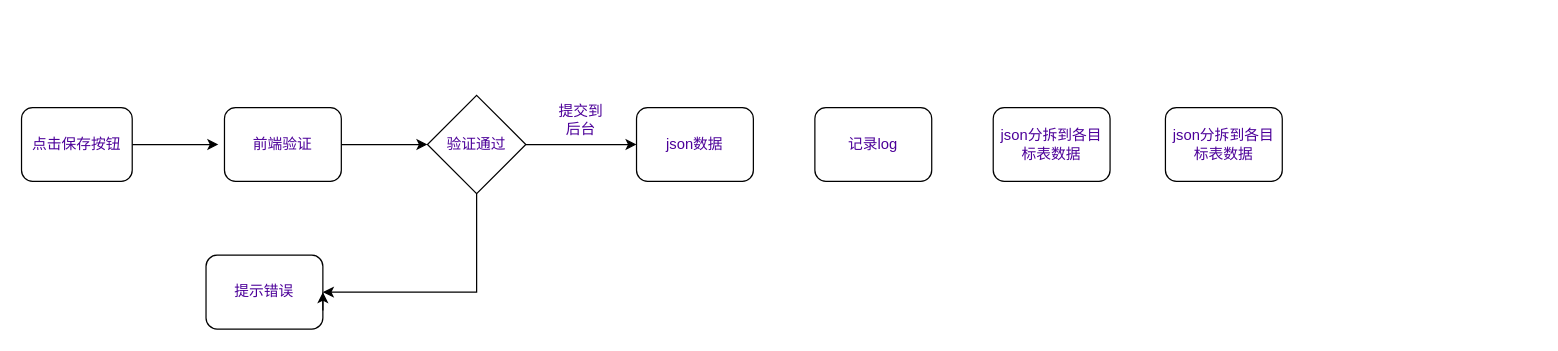
Earlier version of the draw.io diagram page "数据保存" (3 of 4) of 动态开发系统.drawio (JefferNew/data2wisdom). Source tidied: cells renumbered, new cells numbered last; positions are measured from the earlier drawing's top-left corner, leaving out a move shared by most shapes. Both pictures are drawn from the tidied source at 123%, with x=0, y=0 at pixel (21, 95).
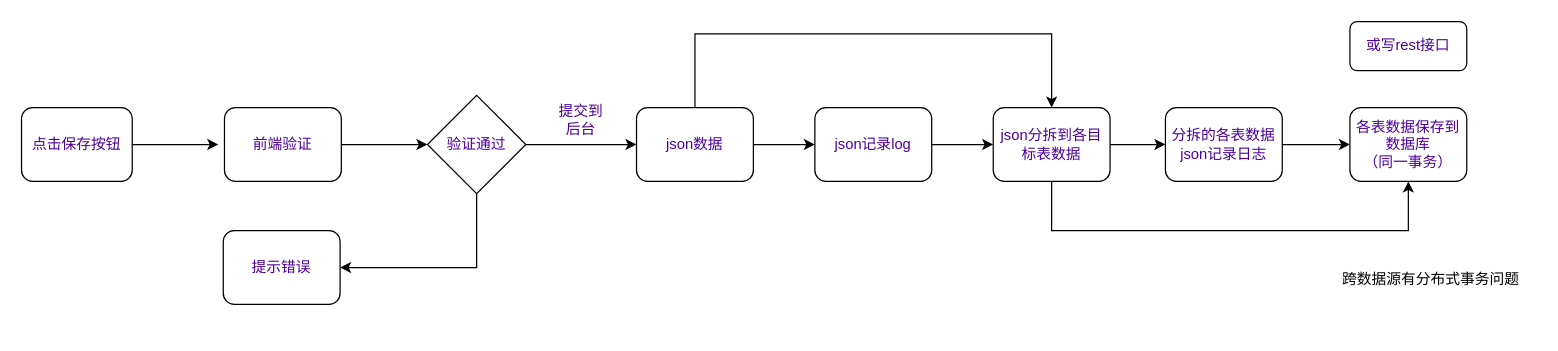
Above is the later version.

The change refers to these unchanged cells:
```xml
<mxCell id="8" value="验证通过" style="rhombus;whiteSpace=wrap;html=1;fontColor=#4C0099;" parent="1" vertex="1">
  <mxGeometry x="330" width="80" height="80" as="geometry" />
</mxCell>
<mxCell id="11" value="json数据" style="rounded=1;whiteSpace=wrap;html=1;fontColor=#4C0099;" parent="1" vertex="1">
  <mxGeometry x="500" y="10" width="95" height="60" as="geometry" />
</mxCell>
<mxCell id="13" value="json分拆到各目标表数据" style="rounded=1;whiteSpace=wrap;html=1;fontColor=#4C0099;" parent="1" vertex="1">
  <mxGeometry x="790" y="10" width="95" height="60" as="geometry" />
</mxCell>
```

The edit, as a diff of the source:
```diff
@@
     <mxCell id="6" style="edgeStyle=orthogonalEdgeStyle;rounded=0;jettySize=auto;html=1;exitX=0.5;exitY=1;exitDx=0;exitDy=0;fontColor=#4C0099;entryX=1;entryY=0.5;entryDx=0;entryDy=0;" parent="1" edge="1" source="8" target="9">
       <mxGeometry relative="1" as="geometry">
         <Array as="points">
-          <mxPoint x="370" y="160" />
+          <mxPoint x="370" y="140" />
         </Array>
       </mxGeometry>
     </mxCell>
@@
     <mxCell id="9" value="提示错误" style="rounded=1;whiteSpace=wrap;html=1;fontColor=#4C0099;" parent="1" vertex="1">
-      <mxGeometry x="150" y="130" width="95" height="60" as="geometry" />
+      <mxGeometry x="164" y="110" width="95" height="60" as="geometry" />
     </mxCell>
-    <mxCell id="10" style="edgeStyle=orthogonalEdgeStyle;rounded=0;orthogonalLoop=1;jettySize=auto;html=1;exitX=1;exitY=0.75;exitDx=0;exitDy=0;entryX=1;entryY=0.5;entryDx=0;entryDy=0;fontColor=#4C0099;" parent="1" edge="1" source="9" target="9">
-      <mxGeometry relative="1" as="geometry" />
-    </mxCell>
+    <mxCell id="16" style="edgeStyle=orthogonalEdgeStyle;rounded=0;jettySize=auto;html=1;exitX=1;exitY=0.5;exitDx=0;exitDy=0;entryX=0;entryY=0.5;entryDx=0;entryDy=0;" parent="1" edge="1" source="11" target="14">
+      <mxGeometry relative="1" as="geometry" />
+    </mxCell>
+    <mxCell id="17" style="edgeStyle=orthogonalEdgeStyle;rounded=0;jettySize=auto;html=1;exitX=0.5;exitY=0;exitDx=0;exitDy=0;entryX=0.5;entryY=0;entryDx=0;entryDy=0;" parent="1" edge="1" source="11" target="13">
+      <mxGeometry relative="1" as="geometry">
+        <Array as="points">
+          <mxPoint x="548" y="-50" />
+          <mxPoint x="838" y="-50" />
+        </Array>
+      </mxGeometry>
+    </mxCell>
@@
+    <mxCell id="18" style="edgeStyle=orthogonalEdgeStyle;rounded=0;jettySize=auto;html=1;exitX=1;exitY=0.5;exitDx=0;exitDy=0;entryX=0;entryY=0.5;entryDx=0;entryDy=0;" parent="1" edge="1" source="13" target="15">
+      <mxGeometry relative="1" as="geometry" />
+    </mxCell>
+    <mxCell id="19" style="edgeStyle=orthogonalEdgeStyle;rounded=0;jettySize=auto;html=1;entryX=0.5;entryY=1;entryDx=0;entryDy=0;" parent="1" edge="1" source="13" target="22">
+      <mxGeometry relative="1" as="geometry">
+        <Array as="points">
+          <mxPoint x="838" y="110" />
+          <mxPoint x="1128" y="110" />
+        </Array>
+      </mxGeometry>
+    </mxCell>
@@
+    <mxCell id="20" style="edgeStyle=orthogonalEdgeStyle;rounded=0;jettySize=auto;html=1;exitX=1;exitY=0.5;exitDx=0;exitDy=0;entryX=0;entryY=0.5;entryDx=0;entryDy=0;" parent="1" edge="1" source="14" target="13">
+      <mxGeometry relative="1" as="geometry" />
+    </mxCell>
-    <mxCell id="14" value="记录log" style="rounded=1;whiteSpace=wrap;html=1;fontColor=#4C0099;" parent="1" vertex="1">
+    <mxCell id="14" value="json记录log" style="rounded=1;whiteSpace=wrap;html=1;fontColor=#4C0099;" parent="1" vertex="1">
       <mxGeometry x="645" y="10" width="95" height="60" as="geometry" />
     </mxCell>
+    <mxCell id="21" style="edgeStyle=orthogonalEdgeStyle;rounded=0;jettySize=auto;html=1;exitX=1;exitY=0.5;exitDx=0;exitDy=0;entryX=0;entryY=0.5;entryDx=0;entryDy=0;" parent="1" edge="1" source="15" target="22">
+      <mxGeometry relative="1" as="geometry" />
+    </mxCell>
-    <mxCell id="15" value="json分拆到各目标表数据" style="rounded=1;whiteSpace=wrap;html=1;fontColor=#4C0099;" parent="1" vertex="1">
+    <mxCell id="15" value="分拆的各表数据json记录日志" style="rounded=1;whiteSpace=wrap;html=1;fontColor=#4C0099;" parent="1" vertex="1">
       <mxGeometry x="930" y="10" width="95" height="60" as="geometry" />
     </mxCell>
+    <mxCell id="22" value="各表数据保存到数据库&lt;br&gt;（同一事务）" style="rounded=1;whiteSpace=wrap;html=1;fontColor=#4C0099;" parent="1" vertex="1">
+      <mxGeometry x="1080" y="10" width="95" height="60" as="geometry" />
+    </mxCell>
+    <mxCell id="23" value="或写rest接口" style="rounded=1;whiteSpace=wrap;html=1;fontColor=#4C0099;" parent="1" vertex="1">
+      <mxGeometry x="1080" y="-60" width="95" height="40" as="geometry" />
+    </mxCell>
+    <mxCell id="24" value="跨数据源有分布式事务问题" style="text;html=1;strokeColor=none;fillColor=none;align=center;verticalAlign=middle;whiteSpace=wrap;rounded=0;" parent="1" vertex="1">
+      <mxGeometry x="1060" y="140" width="172" height="20" as="geometry" />
+    </mxCell>
```
